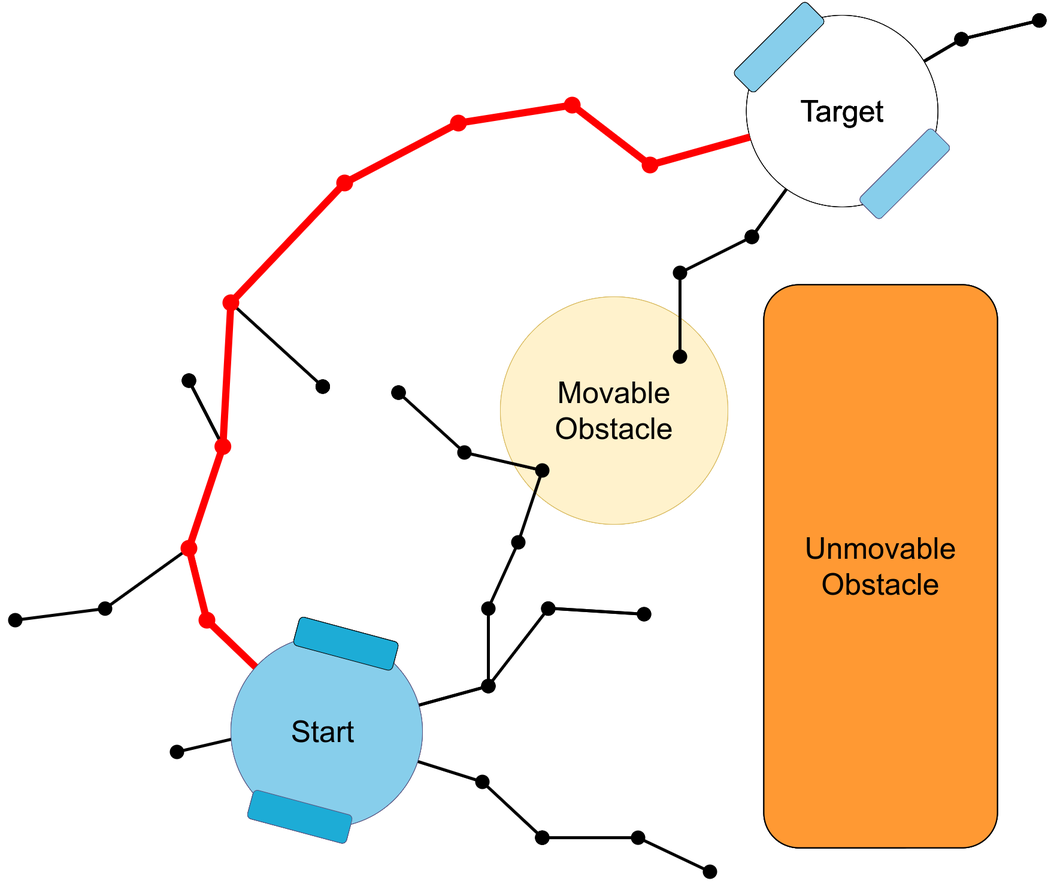
The draw.io diagram thesis-report/figures/required_background/mp/7mp_path_found.drawio.png in GijsGroote/thesis, before a commit. Source tidied: cells renumbered, new cells last; positions are measured from the earlier drawing's top-left corner, leaving out a move shared by most shapes.
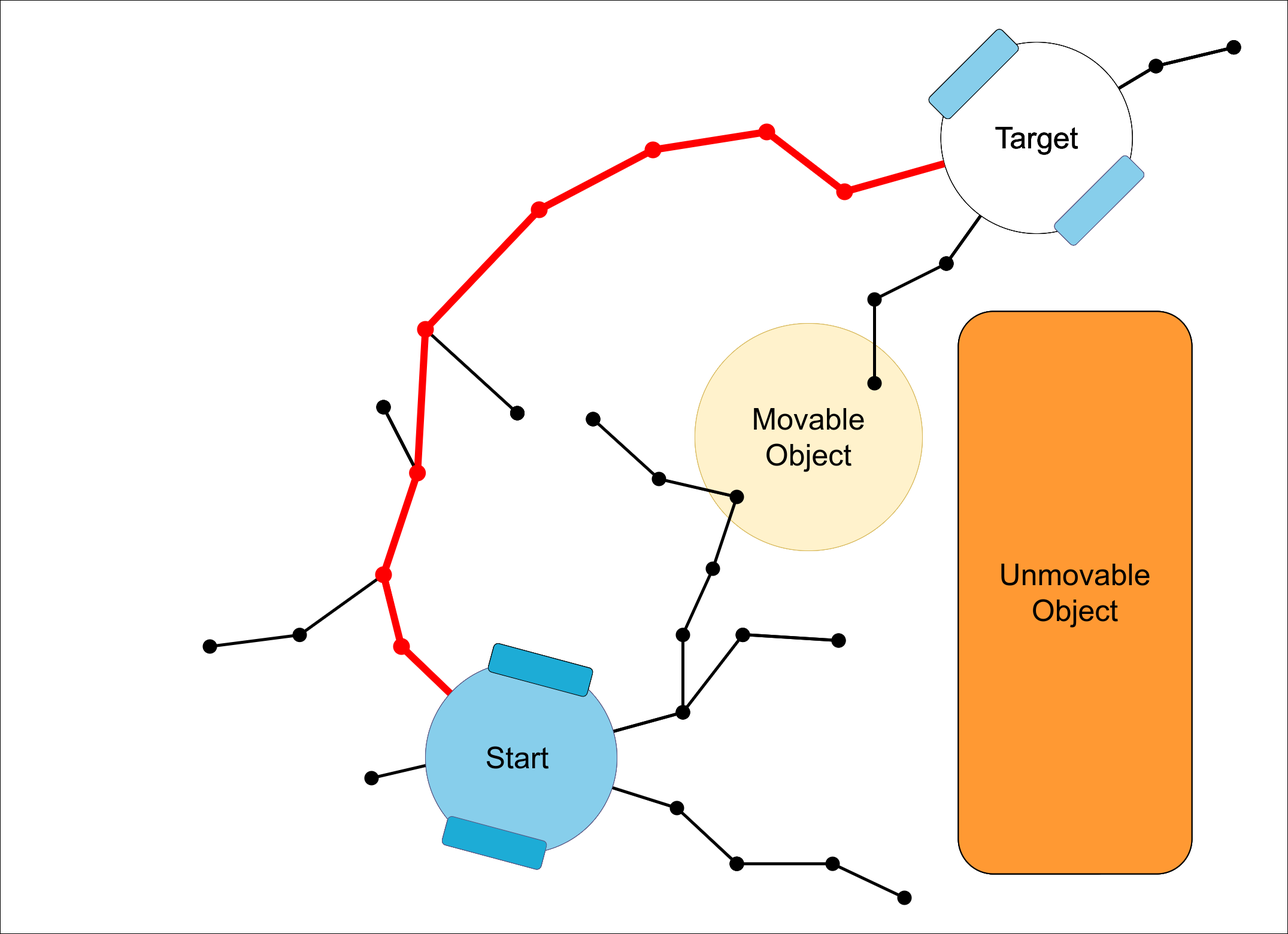
After the commit.

Change to the diagram source:
```diff
@@ -2,6 +2,9 @@
   <root>
     <mxCell id="0" />
     <mxCell id="1" parent="0" />
+    <mxCell id="140" style="rounded=0;whiteSpace=wrap;html=1;fillColor=none;" parent="1" vertex="1">
+      <mxGeometry x="-330" y="-59" width="2150" height="1560" as="geometry" />
+    </mxCell>
     <mxCell id="2" style="endArrow=none;html=1;rounded=0;fontSize=41;strokeWidth=5;exitX=0.531;exitY=0.45;exitDx=0;exitDy=0;exitPerimeter=0;" parent="1" edge="1" target="29">
       <mxGeometry relative="1" as="geometry">
         <mxPoint x="380" y="491" as="sourcePoint" />
@@ -313,10 +316,10 @@
     <mxCell id="84" value="&lt;font style=&quot;font-size: 50px;&quot;&gt;Start&lt;/font&gt;" style="text;html=1;align=center;verticalAlign=middle;points=[];strokeColor=none;fillColor=none;fontSize=41;" parent="1" vertex="1">
       <mxGeometry x="468.4" y="1172" width="130" height="70" as="geometry" />
     </mxCell>
-    <mxCell id="85" value="&lt;font style=&quot;font-size: 50px;&quot;&gt;Unmovable&lt;br&gt;Obstacle&lt;/font&gt;" style="rounded=1;whiteSpace=wrap;html=1;strokeWidth=2;fillColor=#FF9933;" parent="1" vertex="1">
+    <mxCell id="85" value="&lt;font style=&quot;font-size: 50px;&quot;&gt;Unmovable&lt;br&gt;Object&lt;/font&gt;" style="rounded=1;whiteSpace=wrap;html=1;strokeWidth=2;fillColor=#FF9933;" parent="1" vertex="1">
       <mxGeometry x="1270" y="461" width="390" height="940" as="geometry" />
     </mxCell>
-    <mxCell id="86" value="&lt;font style=&quot;font-size: 50px;&quot;&gt;Movable&lt;br&gt;Obstacle&lt;/font&gt;" style="ellipse;whiteSpace=wrap;html=1;fillColor=#fff2cc;strokeColor=#d6b656;" parent="1" vertex="1">
+    <mxCell id="86" value="&lt;font style=&quot;font-size: 50px;&quot;&gt;Movable&lt;br&gt;Object&lt;/font&gt;" style="ellipse;whiteSpace=wrap;html=1;fillColor=#fff2cc;strokeColor=#d6b656;" parent="1" vertex="1">
       <mxGeometry x="830" y="481" width="380" height="380" as="geometry" />
     </mxCell>
     <mxCell id="87" style="endArrow=none;html=1;rounded=0;fontSize=41;entryX=0.45;entryY=0.6;entryDx=0;entryDy=0;entryPerimeter=0;strokeWidth=5;" parent="1" edge="1" source="92" target="98">
@@ -462,9 +465,10 @@
     <mxCell id="128" style="endArrow=none;html=1;rounded=0;fontSize=41;strokeWidth=5;exitX=0.458;exitY=0.7;exitDx=0;exitDy=0;exitPerimeter=0;entryX=0.5;entryY=0.45;entryDx=0;entryDy=0;entryPerimeter=0;" parent="1" edge="1" source="122" target="121">
       <mxGeometry relative="1" as="geometry" />
     </mxCell>
-    <mxCell id="129" style="endArrow=none;html=1;rounded=0;fontSize=41;strokeWidth=5;exitX=0.375;exitY=0.7;exitDx=0;exitDy=0;exitPerimeter=0;" parent="1" edge="1" source="124" target="122">
+    <mxCell id="129" style="endArrow=none;html=1;rounded=0;fontSize=41;strokeWidth=5;" parent="1" edge="1" source="134" target="122">
       <mxGeometry relative="1" as="geometry">
         <Array as="points">
+          <mxPoint x="660" y="641" />
           <mxPoint x="770" y="741" />
         </Array>
       </mxGeometry>
```
